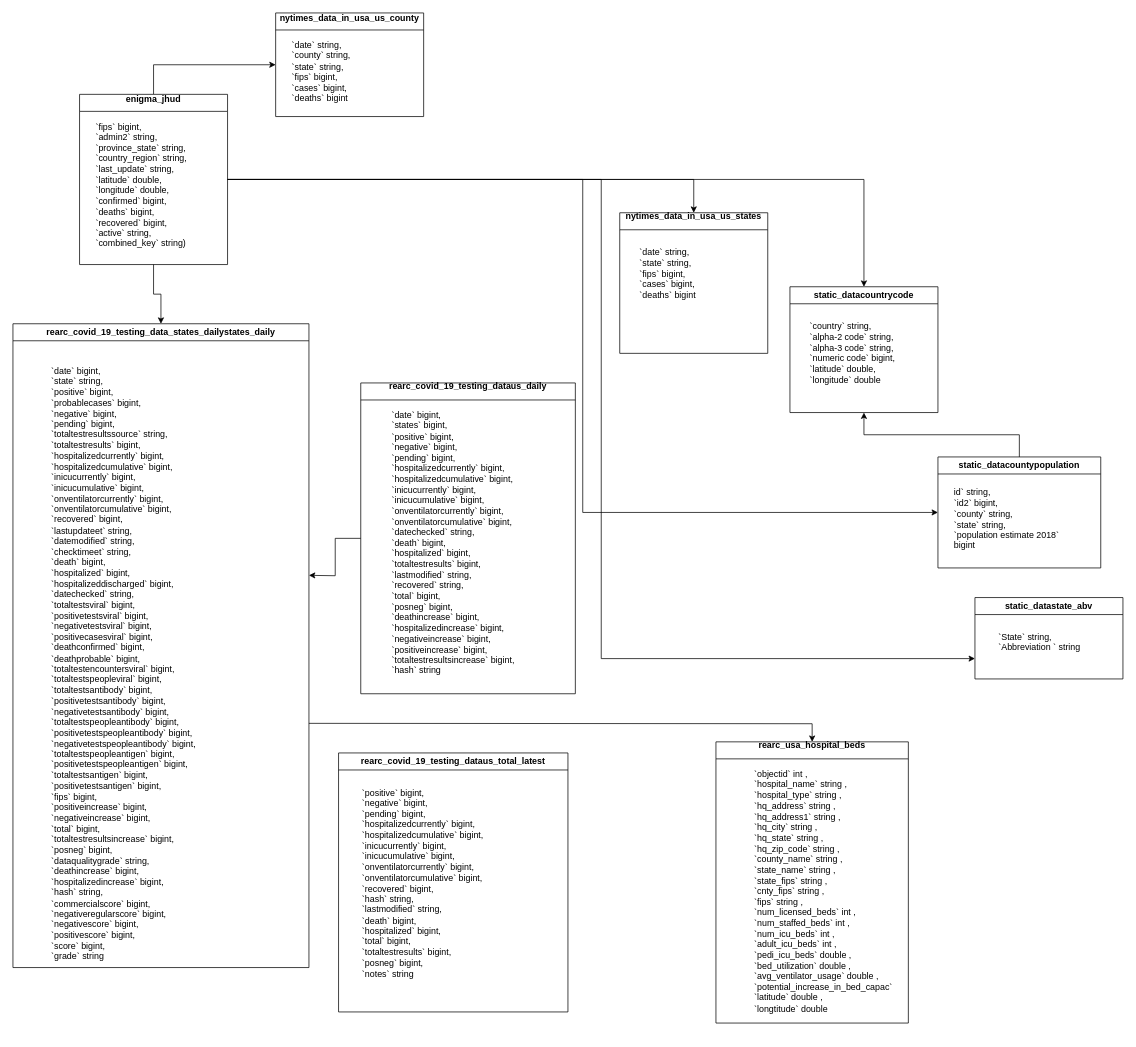
This is Biểu đồ không có tiêu đề.drawio from boyslikeguy23/DEproject, a draw.io file, before an edit. Source tidied: cells renumbered, new cells numbered last; positions are measured from the earlier drawing's top-left corner, leaving out a move shared by most shapes. Both pictures are drawn from the tidied source at 74%, with x=0, y=0 at pixel (13, 13).
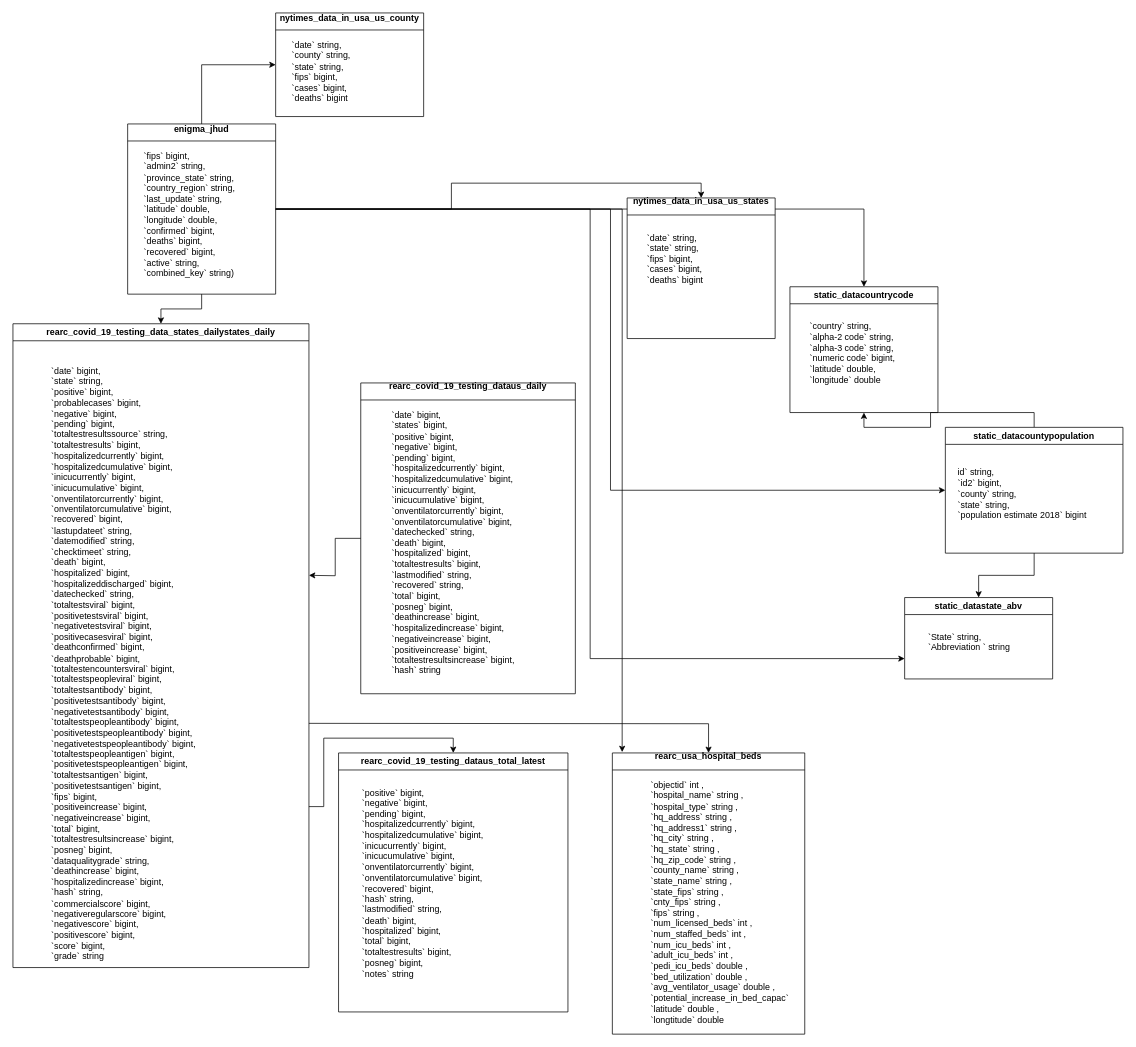
The same page after the edit.

Commit message:
Data Schema

Unchanged cells that the change refers to:
```xml
<mxCell id="15" value="rearc_covid_19_testing_data_states_dailystates_daily" style="swimlane;whiteSpace=wrap;html=1;" parent="1" vertex="1">
  <mxGeometry y="420" width="400" height="870" as="geometry" />
</mxCell>
<mxCell id="19" value="&lt;div&gt;&lt;br&gt;&lt;/div&gt;rearc_covid_19_testing_dataus_total_latest&lt;div&gt;&lt;br&gt;&lt;/div&gt;" style="swimlane;whiteSpace=wrap;html=1;" parent="1" vertex="1">
  <mxGeometry x="440" y="1000" width="310" height="350" as="geometry" />
</mxCell>
```

Diff of the diagram source:
```diff
@@
     <mxCell id="7" value="&lt;p style=&quot;margin-top:0in;margin-right:0in;margin-bottom:8.0pt;&lt;br/&gt;margin-left:0in;text-indent:0in;line-height:107%&quot; class=&quot;MsoNormal&quot;&gt;&lt;span style=&quot;font-family: Arial, sans-serif;&quot;&gt;enigma_jhud&lt;/span&gt;&lt;/p&gt;" style="swimlane;whiteSpace=wrap;html=1;" parent="1" vertex="1">
-      <mxGeometry x="90" y="110" width="200" height="230" as="geometry" />
+      <mxGeometry x="155" y="150" width="200" height="230" as="geometry" />
     </mxCell>
@@
     <mxCell id="11" value="nytimes_data_in_usa_us_states&lt;div&gt;&lt;br/&gt;&lt;/div&gt;" style="swimlane;whiteSpace=wrap;html=1;" parent="1" vertex="1">
-      <mxGeometry x="820" y="270" width="200" height="190" as="geometry" />
+      <mxGeometry x="830" y="250" width="200" height="190" as="geometry" />
     </mxCell>
@@
+    <mxCell id="31" style="edgeStyle=orthogonalEdgeStyle;rounded=0;jettySize=auto;html=1;exitX=1;exitY=0.75;exitDx=0;exitDy=0;entryX=0.5;entryY=0;entryDx=0;entryDy=0;" parent="1" edge="1" source="15" target="19">
+      <mxGeometry relative="1" as="geometry" />
+    </mxCell>
@@
     <mxCell id="17" value="rearc_usa_hospital_beds&lt;div&gt;&lt;br/&gt;&lt;/div&gt;" style="swimlane;whiteSpace=wrap;html=1;" parent="1" vertex="1">
-      <mxGeometry x="950" y="985" width="260" height="380" as="geometry" />
+      <mxGeometry x="810" y="1000" width="260" height="380" as="geometry" />
     </mxCell>
@@
     <mxCell id="21" value="static_datastate_abv" style="swimlane;whiteSpace=wrap;html=1;" parent="1" vertex="1">
-      <mxGeometry x="1300" y="790" width="200" height="110" as="geometry" />
+      <mxGeometry x="1205" y="790" width="200" height="110" as="geometry" />
     </mxCell>
@@
+    <mxCell id="32" style="edgeStyle=orthogonalEdgeStyle;rounded=0;jettySize=auto;html=1;exitX=0.5;exitY=1;exitDx=0;exitDy=0;entryX=0.5;entryY=0;entryDx=0;entryDy=0;" parent="1" edge="1" source="24" target="21">
+      <mxGeometry relative="1" as="geometry" />
+    </mxCell>
     <mxCell id="24" value="static_datacountypopulation" style="swimlane;whiteSpace=wrap;html=1;" parent="1" vertex="1">
-      <mxGeometry x="1250" y="600" width="220" height="150" as="geometry" />
+      <mxGeometry x="1260" y="560" width="240" height="170" as="geometry" />
     </mxCell>
     <mxCell id="25" value="&#10;id` string, &#10; `id2` bigint, &#10; `county` string, &#10; `state` string, &#10; `population estimate 2018` bigint&#10;&#10;" style="text;whiteSpace=wrap;html=1;" parent="24" vertex="1">
-      <mxGeometry x="20" y="20" width="170" height="85" as="geometry" />
+      <mxGeometry x="15" y="32.5" width="190" height="97.5" as="geometry" />
     </mxCell>
@@
+    <mxCell id="33" style="edgeStyle=orthogonalEdgeStyle;rounded=0;jettySize=auto;html=1;exitX=1;exitY=0.5;exitDx=0;exitDy=0;entryX=0.051;entryY=-0.003;entryDx=0;entryDy=0;entryPerimeter=0;" parent="1" edge="1" source="7" target="17">
+      <mxGeometry relative="1" as="geometry" />
+    </mxCell>
```
